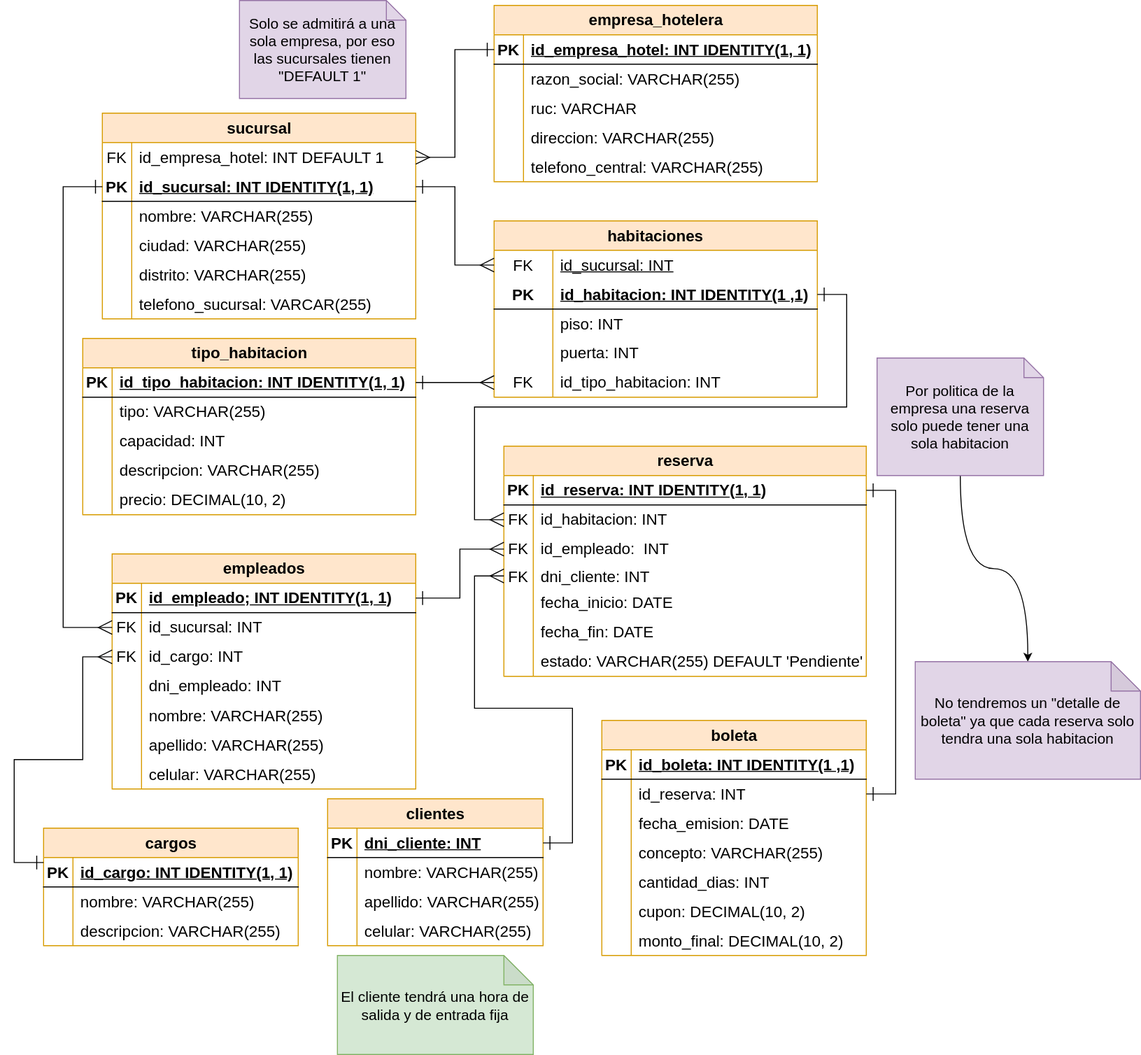
Leo-Spj/Sistema-Gestor-de-Reservas-Hoteleras keeps this draw.io diagram as diagramaBD/diagrama.svg. Above is the earlier version. Source tidied: cells renumbered, new cells last; positions are measured from the earlier drawing's top-left corner, leaving out a move shared by most shapes.
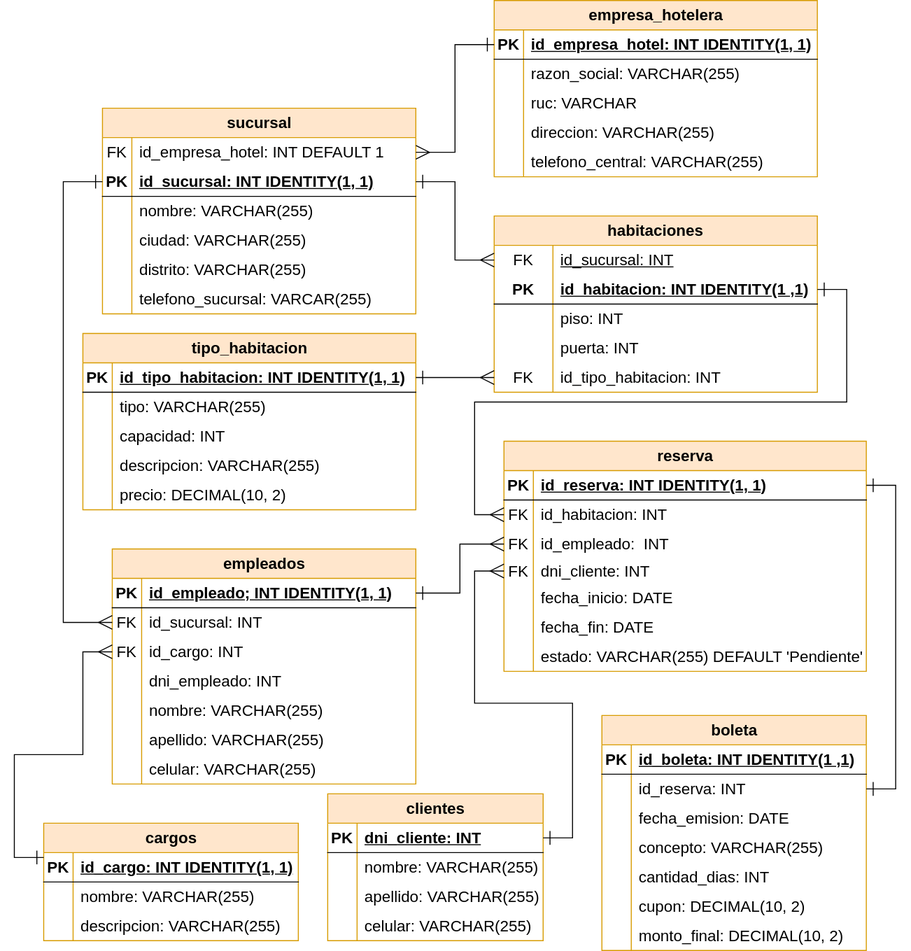
Later version of the same file.

Diff of the diagram source:
```diff
@@ -356,15 +356,11 @@
         </Array>
       </mxGeometry>
     </mxCell>
-    <mxCell id="116" style="rounded=0;jettySize=auto;html=1;edgeStyle=orthogonalEdgeStyle;curved=1;" parent="1" edge="1" source="117" target="118">
-      <mxGeometry relative="1" as="geometry" />
+    <mxCell id="116" style="rounded=0;jettySize=auto;html=1;edgeStyle=orthogonalEdgeStyle;curved=1;" parent="1" edge="1" target="x">
+      <mxGeometry relative="1" as="geometry">
+        <mxPoint x="966" y="485" as="sourcePoint" />
+      </mxGeometry>
     </mxCell>
-    <mxCell id="117" value="Por politica de la empresa una reserva solo puede tener una sola habitacion" style="shape=note;size=20;whiteSpace=wrap;html=1;fontSize=15;fillColor=#e1d5e7;strokeColor=#9673a6;" parent="1" vertex="1">
-      <mxGeometry x="881" y="365" width="170" height="120" as="geometry" />
-    </mxCell>
-    <mxCell id="118" value="No tendremos un &quot;detalle de boleta&quot; ya que cada reserva solo tendra una sola habitacion" style="shape=note;whiteSpace=wrap;html=1;backgroundOutline=1;darkOpacity=0.05;fontSize=15;fillColor=#e1d5e7;strokeColor=#9673a6;" parent="1" vertex="1">
-      <mxGeometry x="920" y="675" width="230" height="120" as="geometry" />
-    </mxCell>
     <mxCell id="119" value="empresa_hotelera" style="shape=table;startSize=30;rowLines=0;fontStyle=1;align=center;html=1;fontSize=16;fillColor=#ffe6cc;strokeColor=#d79b00;" parent="1" vertex="1">
       <mxGeometry x="490" y="5" width="330" height="180" as="geometry" />
     </mxCell>
@@ -416,9 +412,6 @@
     <mxCell id="135" style="edgeStyle=orthogonalEdgeStyle;rounded=0;jettySize=auto;html=1;endArrow=ERmany;endFill=0;startArrow=ERone;startFill=0;endSize=12;startSize=12;" parent="1" edge="1" source="120" target="3">
       <mxGeometry relative="1" as="geometry" />
     </mxCell>
-    <mxCell id="136" value="Solo se admitirá a una sola empresa, por eso las sucursales tienen &quot;DEFAULT 1&quot;" style="shape=note;size=20;whiteSpace=wrap;html=1;fontSize=15;fillColor=#e1d5e7;strokeColor=#9673a6;" parent="1" vertex="1">
-      <mxGeometry x="230" width="170" height="100" as="geometry" />
-    </mxCell>
     <mxCell id="137" value="empleados" style="shape=table;startSize=30;rowLines=0;fontStyle=1;align=center;html=1;fontSize=16;fillColor=#ffe6cc;strokeColor=#d79b00;" parent="1" vertex="1">
       <mxGeometry x="100" y="565" width="310" height="240" as="geometry" />
     </mxCell>
@@ -536,8 +529,5 @@
         </Array>
       </mxGeometry>
     </mxCell>
-    <mxCell id="172" value="&lt;font style=&quot;font-size: 15px;&quot;&gt;El cliente tendrá una hora de salida y de entrada fija&lt;br&gt;&lt;/font&gt;" style="shape=note;whiteSpace=wrap;html=1;backgroundOutline=1;darkOpacity=0.05;fontSize=15;fillColor=#d5e8d4;strokeColor=#82b366;" parent="1" vertex="1">
-      <mxGeometry x="330" y="975" width="200" height="101" as="geometry" />
-    </mxCell>
   </root>
 </mxGraphModel>
```
